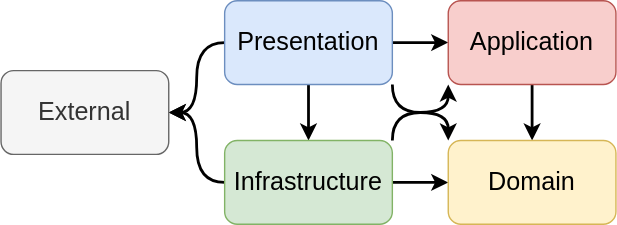
This is docs/dep_graph_basic.svg from ivan-borovets/fastapi-clean-example, a draw.io export, as it was before one commit. Source tidied: cells renumbered, new cells last; positions are measured from the earlier drawing's top-left corner, leaving out a move shared by most shapes.
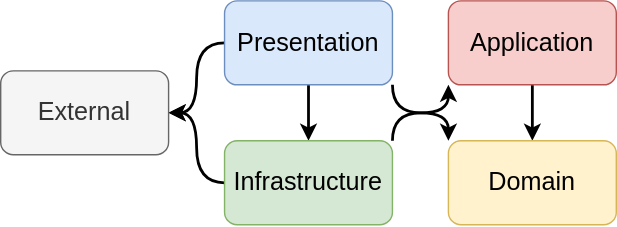
After the change.

Diff of the diagram source:
```diff
@@ -11,9 +11,6 @@
     <mxCell id="4" value="External" style="rounded=1;whiteSpace=wrap;html=1;fillColor=#f5f5f5;strokeColor=#666666;fontColor=#333333;fontSize=18;" parent="1" vertex="1">
       <mxGeometry y="50" width="120" height="60" as="geometry" />
     </mxCell>
-    <mxCell id="5" style="edgeStyle=orthogonalEdgeStyle;rounded=0;jettySize=auto;html=1;curved=1;strokeWidth=2;" parent="1" edge="1" source="8" target="13">
-      <mxGeometry relative="1" as="geometry" />
-    </mxCell>
     <mxCell id="6" style="edgeStyle=orthogonalEdgeStyle;rounded=0;jettySize=auto;html=1;exitX=0.5;exitY=1;exitDx=0;exitDy=0;entryX=0.5;entryY=0;entryDx=0;entryDy=0;strokeWidth=2;" parent="1" edge="1" source="8" target="11">
       <mxGeometry relative="1" as="geometry" />
     </mxCell>
@@ -23,9 +20,6 @@
     <mxCell id="8" value="Presentation" style="rounded=1;whiteSpace=wrap;html=1;fillColor=#dae8fc;strokeColor=#6c8ebf;fontSize=18;" parent="1" vertex="1">
       <mxGeometry x="160" width="120" height="60" as="geometry" />
     </mxCell>
-    <mxCell id="9" style="edgeStyle=orthogonalEdgeStyle;rounded=0;jettySize=auto;html=1;exitX=1;exitY=0.5;exitDx=0;exitDy=0;entryX=0;entryY=0.5;entryDx=0;entryDy=0;strokeWidth=2;" parent="1" edge="1" source="11" target="14">
-      <mxGeometry relative="1" as="geometry" />
-    </mxCell>
     <mxCell id="10" style="edgeStyle=orthogonalEdgeStyle;rounded=0;jettySize=auto;html=1;exitX=1;exitY=0;exitDx=0;exitDy=0;entryX=0;entryY=1;entryDx=0;entryDy=0;curved=1;targetPerimeterSpacing=0;strokeColor=default;strokeWidth=2;" parent="1" edge="1" source="11" target="13">
       <mxGeometry relative="1" as="geometry" />
     </mxCell>
```
